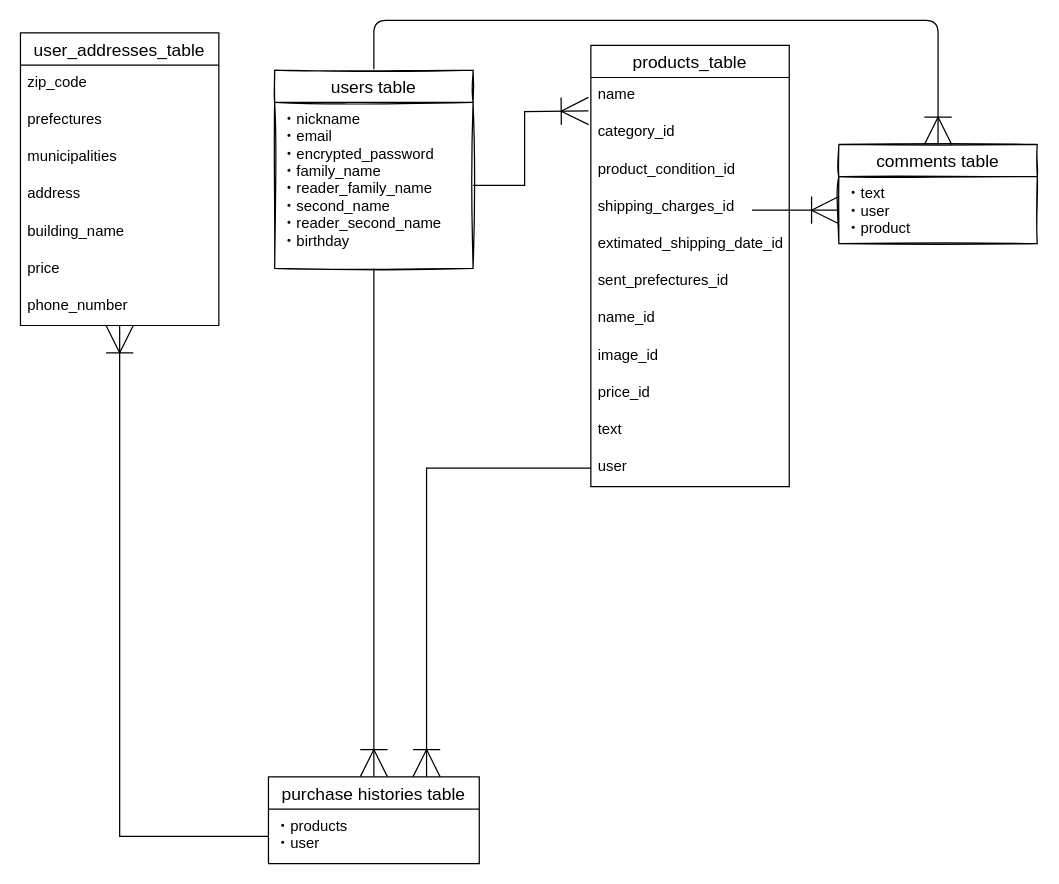
This is furima.dio from jaxzzxaj/furima-33994, a draw.io file, before an edit. Source tidied: cells renumbered, new cells numbered last; positions are measured from the earlier drawing's top-left corner, leaving out a move shared by most shapes. Both pictures are drawn from the tidied source at 124%, with x=0, y=0 at pixel (20, 20).
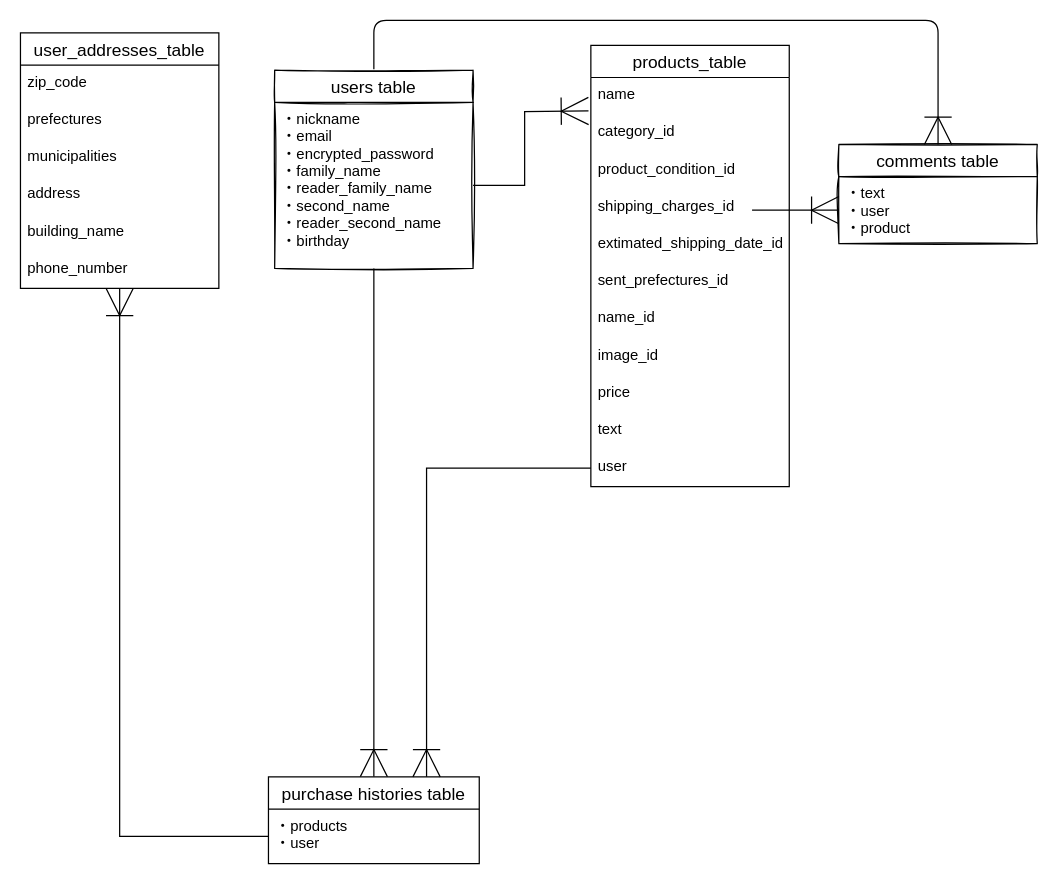
The same page after the edit.

The change refers to these unchanged cells:
```xml
<mxCell id="21" value="products_table" style="swimlane;fontStyle=0;horizontal=1;startSize=26;align=center;fontSize=14;" parent="1" vertex="1">
  <mxGeometry x="460" y="20" width="160" height="356" as="geometry" />
</mxCell>
```

The edit, as a diff of the source:
```diff
@@
     <mxCell id="12" value="user_addresses_table" style="swimlane;fontStyle=0;horizontal=1;startSize=26;align=center;fontSize=14;" parent="1" vertex="1">
-      <mxGeometry y="10" width="160" height="236" as="geometry" />
+      <mxGeometry y="10" width="160" height="206" as="geometry" />
     </mxCell>
@@
-    <mxCell id="18" value="price" style="text;strokeColor=none;fillColor=none;spacingLeft=4;spacingRight=4;overflow=hidden;fontSize=12;" parent="12" vertex="1">
-      <mxGeometry y="176" width="160" height="30" as="geometry" />
-    </mxCell>
     <mxCell id="19" value="phone_number" style="text;strokeColor=none;fillColor=none;spacingLeft=4;spacingRight=4;overflow=hidden;fontSize=12;" parent="12" vertex="1">
-      <mxGeometry y="206" width="160" height="30" as="geometry" />
+      <mxGeometry y="176" width="160" height="30" as="geometry" />
     </mxCell>
@@
-    <mxCell id="30" value="price_id" style="text;strokeColor=none;fillColor=none;spacingLeft=4;spacingRight=4;overflow=hidden;fontSize=12;" parent="21" vertex="1">
+    <mxCell id="30" value="price" style="text;strokeColor=none;fillColor=none;spacingLeft=4;spacingRight=4;overflow=hidden;fontSize=12;" parent="21" vertex="1">
       <mxGeometry y="266" width="160" height="30" as="geometry" />
     </mxCell>
```
